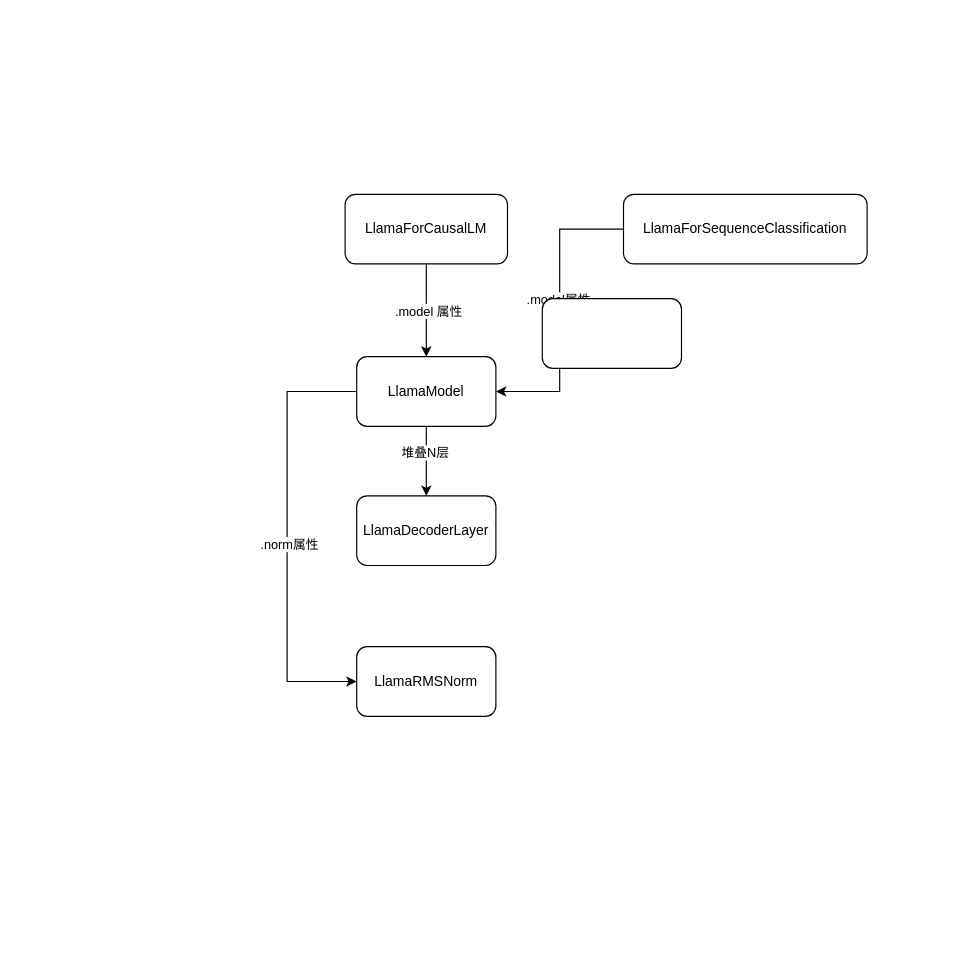
The draw.io diagram notebooks/llama.drawio in zhenhua32/transformers, before the edit. Source tidied: cells renumbered, new cells numbered last; positions are measured from the earlier drawing's top-left corner, leaving out a move shared by most shapes. Both pictures are drawn from the tidied source at 116%, with x=0, y=0 at pixel (287, 194).
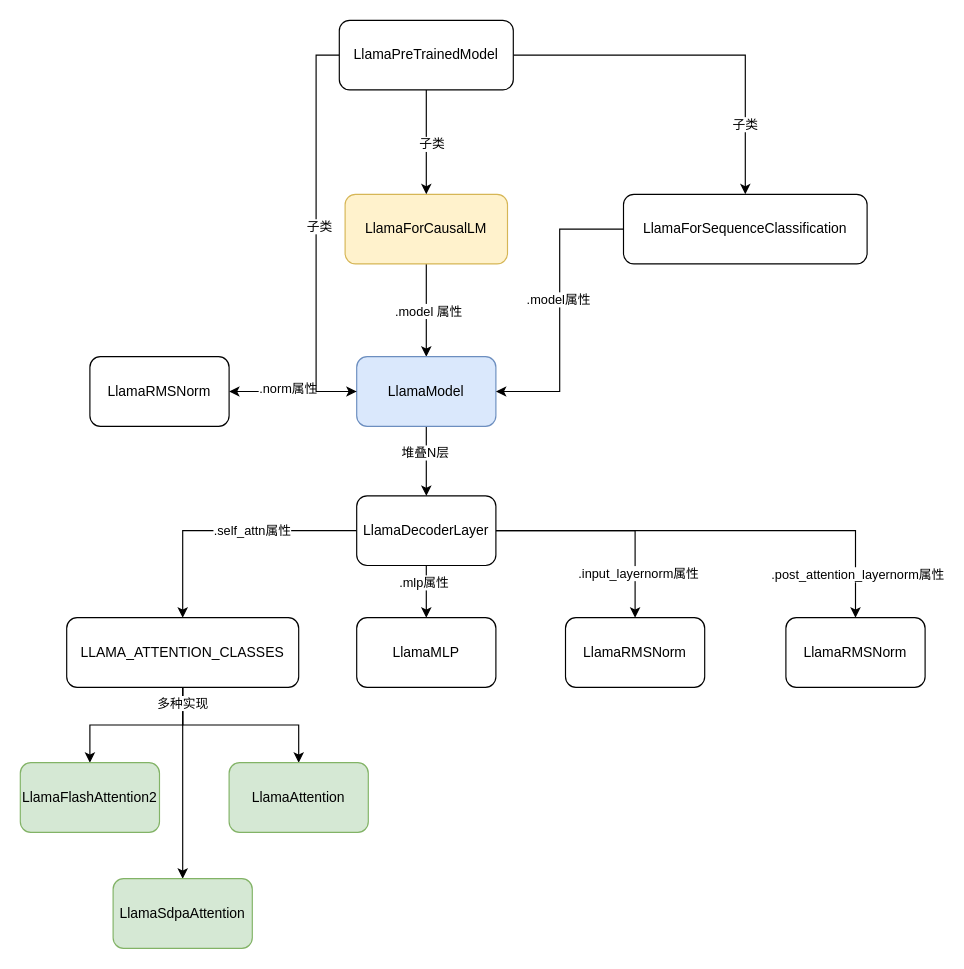
Above is the later version.

The change refers to these unchanged cells:
```xml
<mxCell id="12" value="LlamaForSequenceClassification" style="rounded=1;whiteSpace=wrap;html=1;" parent="1" vertex="1">
  <mxGeometry x="290" width="210" height="60" as="geometry" />
</mxCell>
<mxCell id="14" value="LlamaDecoderLayer" style="rounded=1;whiteSpace=wrap;html=1;" parent="1" vertex="1">
  <mxGeometry x="60" y="260" width="120" height="60" as="geometry" />
</mxCell>
```

Change to the diagram source:
```diff
@@
-    <mxCell id="4" value="LlamaForCausalLM" style="rounded=1;whiteSpace=wrap;html=1;" parent="1" vertex="1">
+    <mxCell id="4" value="LlamaForCausalLM" style="rounded=1;whiteSpace=wrap;html=1;fillColor=#fff2cc;strokeColor=#d6b656;" parent="1" vertex="1">
       <mxGeometry x="50" width="140" height="60" as="geometry" />
     </mxCell>
@@
-    <mxCell id="7" style="edgeStyle=orthogonalEdgeStyle;rounded=0;jettySize=auto;html=1;exitX=0;exitY=0.5;exitDx=0;exitDy=0;entryX=0;entryY=0.5;entryDx=0;entryDy=0;" parent="1" edge="1" source="9" target="15">
-      <mxGeometry relative="1" as="geometry">
-        <Array as="points">
-          <mxPoint y="170" />
-          <mxPoint y="420" />
-        </Array>
-      </mxGeometry>
+    <mxCell id="7" style="edgeStyle=orthogonalEdgeStyle;rounded=0;jettySize=auto;html=1;entryX=1;entryY=0.5;entryDx=0;entryDy=0;" parent="1" edge="1" source="9" target="15">
+      <mxGeometry relative="1" as="geometry" />
     </mxCell>
     <mxCell id="8" value=".norm属性" style="edgeLabel;html=1;align=center;verticalAlign=middle;" parent="7" vertex="1">
-      <mxGeometry x="0.03" y="1" relative="1" as="geometry" />
+      <mxGeometry x="0.09" y="-3" relative="1" as="geometry" />
     </mxCell>
-    <mxCell id="9" value="LlamaModel" style="rounded=1;whiteSpace=wrap;html=1;" parent="1" vertex="1">
+    <mxCell id="9" value="LlamaModel" style="rounded=1;whiteSpace=wrap;html=1;fillColor=#dae8fc;strokeColor=#6c8ebf;" parent="1" vertex="1">
       <mxGeometry x="60" y="140" width="120" height="60" as="geometry" />
     </mxCell>
@@
-    <mxCell id="13" style="rounded=1;whiteSpace=wrap;html=1;" parent="1" vertex="1">
-      <mxGeometry x="220" y="90" width="120" height="60" as="geometry" />
-    </mxCell>
+    <mxCell id="16" style="edgeStyle=orthogonalEdgeStyle;rounded=0;jettySize=auto;html=1;" parent="1" edge="1" source="14" target="28">
+      <mxGeometry relative="1" as="geometry" />
+    </mxCell>
+    <mxCell id="17" value=".self_attn属性" style="edgeLabel;html=1;align=center;verticalAlign=middle;" parent="16" vertex="1">
+      <mxGeometry x="-0.19" y="-1" relative="1" as="geometry" />
+    </mxCell>
+    <mxCell id="18" style="edgeStyle=orthogonalEdgeStyle;rounded=0;jettySize=auto;html=1;entryX=0.5;entryY=0;entryDx=0;entryDy=0;" parent="1" edge="1" source="14" target="29">
+      <mxGeometry relative="1" as="geometry" />
+    </mxCell>
+    <mxCell id="19" value=".mlp属性" style="edgeLabel;html=1;align=center;verticalAlign=middle;" parent="18" vertex="1">
+      <mxGeometry x="-0.38" y="-3" relative="1" as="geometry" />
+    </mxCell>
+    <mxCell id="20" style="edgeStyle=orthogonalEdgeStyle;rounded=0;jettySize=auto;html=1;exitX=1;exitY=0.5;exitDx=0;exitDy=0;" parent="1" edge="1" source="14" target="30">
+      <mxGeometry relative="1" as="geometry" />
+    </mxCell>
+    <mxCell id="21" value=".input_layernorm属性" style="edgeLabel;html=1;align=center;verticalAlign=middle;" parent="20" vertex="1">
+      <mxGeometry x="0.6" y="2" relative="1" as="geometry" />
+    </mxCell>
+    <mxCell id="22" style="edgeStyle=orthogonalEdgeStyle;rounded=0;jettySize=auto;html=1;" parent="1" edge="1" source="14" target="31">
+      <mxGeometry relative="1" as="geometry" />
+    </mxCell>
+    <mxCell id="23" value=".post_attention_layernorm属性" style="edgeLabel;html=1;align=center;verticalAlign=middle;" parent="22" vertex="1">
+      <mxGeometry x="0.8" y="1" relative="1" as="geometry" />
+    </mxCell>
@@
     <mxCell id="15" value="LlamaRMSNorm" style="rounded=1;whiteSpace=wrap;html=1;" parent="1" vertex="1">
-      <mxGeometry x="60" y="390" width="120" height="60" as="geometry" />
+      <mxGeometry x="-170" y="140" width="120" height="60" as="geometry" />
     </mxCell>
+    <mxCell id="24" style="edgeStyle=orthogonalEdgeStyle;rounded=0;jettySize=auto;html=1;" parent="1" edge="1" source="28" target="32">
+      <mxGeometry relative="1" as="geometry" />
+    </mxCell>
+    <mxCell id="25" style="edgeStyle=orthogonalEdgeStyle;rounded=0;jettySize=auto;html=1;" parent="1" edge="1" source="28" target="33">
+      <mxGeometry relative="1" as="geometry" />
+    </mxCell>
+    <mxCell id="26" style="edgeStyle=orthogonalEdgeStyle;rounded=0;jettySize=auto;html=1;" parent="1" edge="1" source="28" target="34">
+      <mxGeometry relative="1" as="geometry" />
+    </mxCell>
+    <mxCell id="27" value="多种实现" style="edgeLabel;html=1;align=center;verticalAlign=middle;" parent="26" vertex="1">
+      <mxGeometry x="-0.85" y="-1" relative="1" as="geometry">
+        <mxPoint y="1" as="offset" />
+      </mxGeometry>
+    </mxCell>
+    <mxCell id="28" value="LLAMA_ATTENTION_CLASSES" style="rounded=1;whiteSpace=wrap;html=1;" parent="1" vertex="1">
+      <mxGeometry x="-190" y="365" width="200" height="60" as="geometry" />
+    </mxCell>
+    <mxCell id="29" value="LlamaMLP" style="rounded=1;whiteSpace=wrap;html=1;" parent="1" vertex="1">
+      <mxGeometry x="60" y="365" width="120" height="60" as="geometry" />
+    </mxCell>
+    <mxCell id="30" value="LlamaRMSNorm" style="rounded=1;whiteSpace=wrap;html=1;" parent="1" vertex="1">
+      <mxGeometry x="240" y="365" width="120" height="60" as="geometry" />
+    </mxCell>
+    <mxCell id="31" value="LlamaRMSNorm" style="rounded=1;whiteSpace=wrap;html=1;" parent="1" vertex="1">
+      <mxGeometry x="430" y="365" width="120" height="60" as="geometry" />
+    </mxCell>
+    <mxCell id="32" value="LlamaAttention" style="rounded=1;whiteSpace=wrap;html=1;fillColor=#d5e8d4;strokeColor=#82b366;" parent="1" vertex="1">
+      <mxGeometry x="-50" y="490" width="120" height="60" as="geometry" />
+    </mxCell>
+    <mxCell id="33" value="LlamaFlashAttention2" style="rounded=1;whiteSpace=wrap;html=1;fillColor=#d5e8d4;strokeColor=#82b366;" parent="1" vertex="1">
+      <mxGeometry x="-230" y="490" width="120" height="60" as="geometry" />
+    </mxCell>
+    <mxCell id="34" value="LlamaSdpaAttention" style="rounded=1;whiteSpace=wrap;html=1;fillColor=#d5e8d4;strokeColor=#82b366;" parent="1" vertex="1">
+      <mxGeometry x="-150" y="590" width="120" height="60" as="geometry" />
+    </mxCell>
+    <mxCell id="35" style="edgeStyle=orthogonalEdgeStyle;rounded=0;jettySize=auto;html=1;" parent="1" edge="1" source="41" target="4">
+      <mxGeometry relative="1" as="geometry" />
+    </mxCell>
+    <mxCell id="36" value="子类" style="edgeLabel;html=1;align=center;verticalAlign=middle;" parent="35" vertex="1">
+      <mxGeometry x="0.02" y="4" relative="1" as="geometry" />
+    </mxCell>
+    <mxCell id="37" style="edgeStyle=orthogonalEdgeStyle;rounded=0;jettySize=auto;html=1;" parent="1" edge="1" source="41" target="12">
+      <mxGeometry relative="1" as="geometry" />
+    </mxCell>
+    <mxCell id="38" value="子类" style="edgeLabel;html=1;align=center;verticalAlign=middle;" parent="37" vertex="1">
+      <mxGeometry x="0.62" y="-1" relative="1" as="geometry" />
+    </mxCell>
+    <mxCell id="39" style="edgeStyle=orthogonalEdgeStyle;rounded=0;jettySize=auto;html=1;exitX=0;exitY=0.5;exitDx=0;exitDy=0;entryX=0;entryY=0.5;entryDx=0;entryDy=0;" parent="1" edge="1" source="41" target="9">
+      <mxGeometry relative="1" as="geometry" />
+    </mxCell>
+    <mxCell id="40" value="子类" style="edgeLabel;html=1;align=center;verticalAlign=middle;" parent="39" vertex="1">
+      <mxGeometry x="-0.03" y="2" relative="1" as="geometry" />
+    </mxCell>
+    <mxCell id="41" value="LlamaPreTrainedModel" style="rounded=1;whiteSpace=wrap;html=1;" parent="1" vertex="1">
+      <mxGeometry x="45" y="-150" width="150" height="60" as="geometry" />
+    </mxCell>
```
